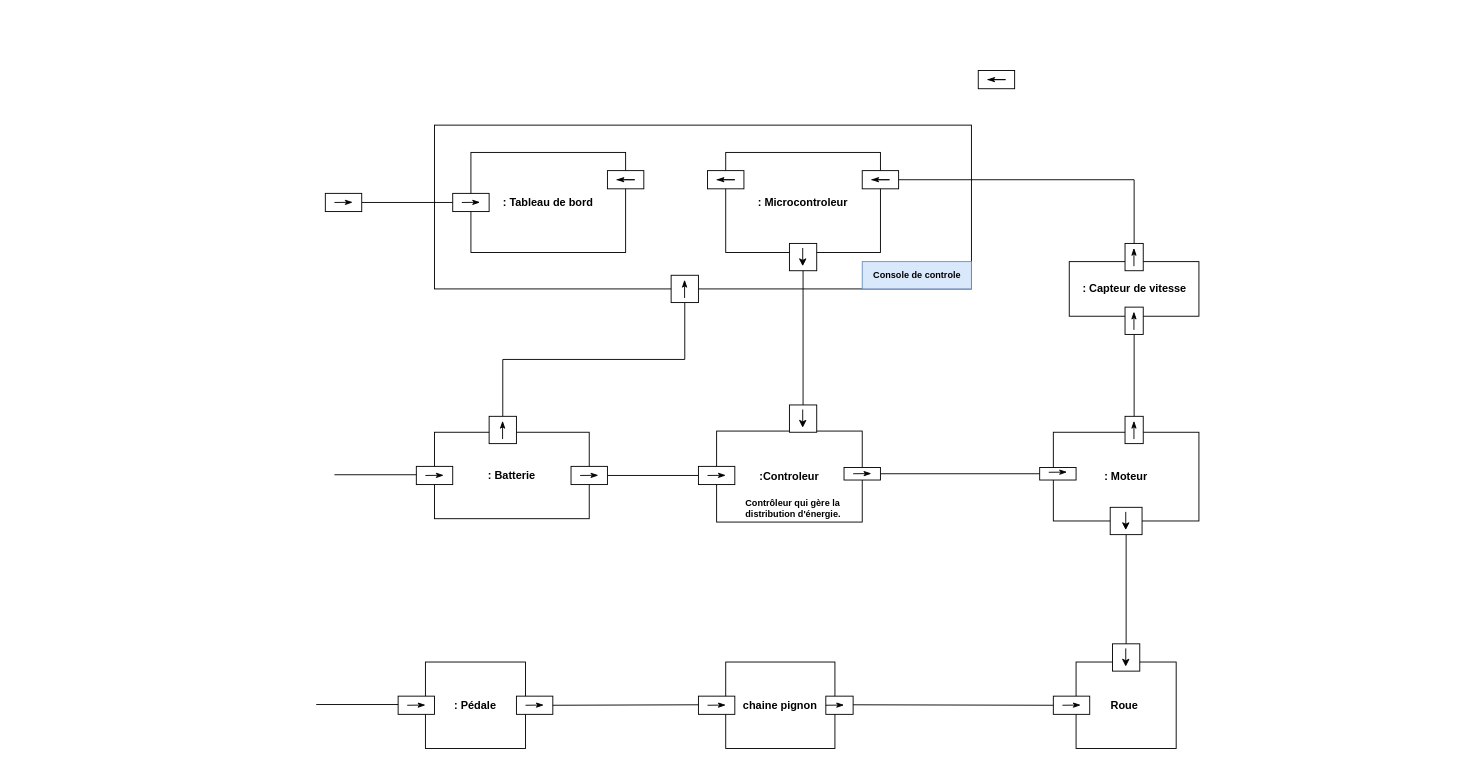
This is diagramme de bloc interne.drawio from zakaria-bak/VAE-Velo-Assistance-Electrique--SysML-diagrams, a draw.io file, before an edit. Source tidied: cells renumbered, new cells numbered last; positions are measured from the earlier drawing's top-left corner, leaving out a move shared by most shapes. Both pictures are drawn from the tidied source at 91%, with x=0, y=0 at pixel (316, 70). Pictures stored in the file or linked from it are replaced by grey dashed boxes.
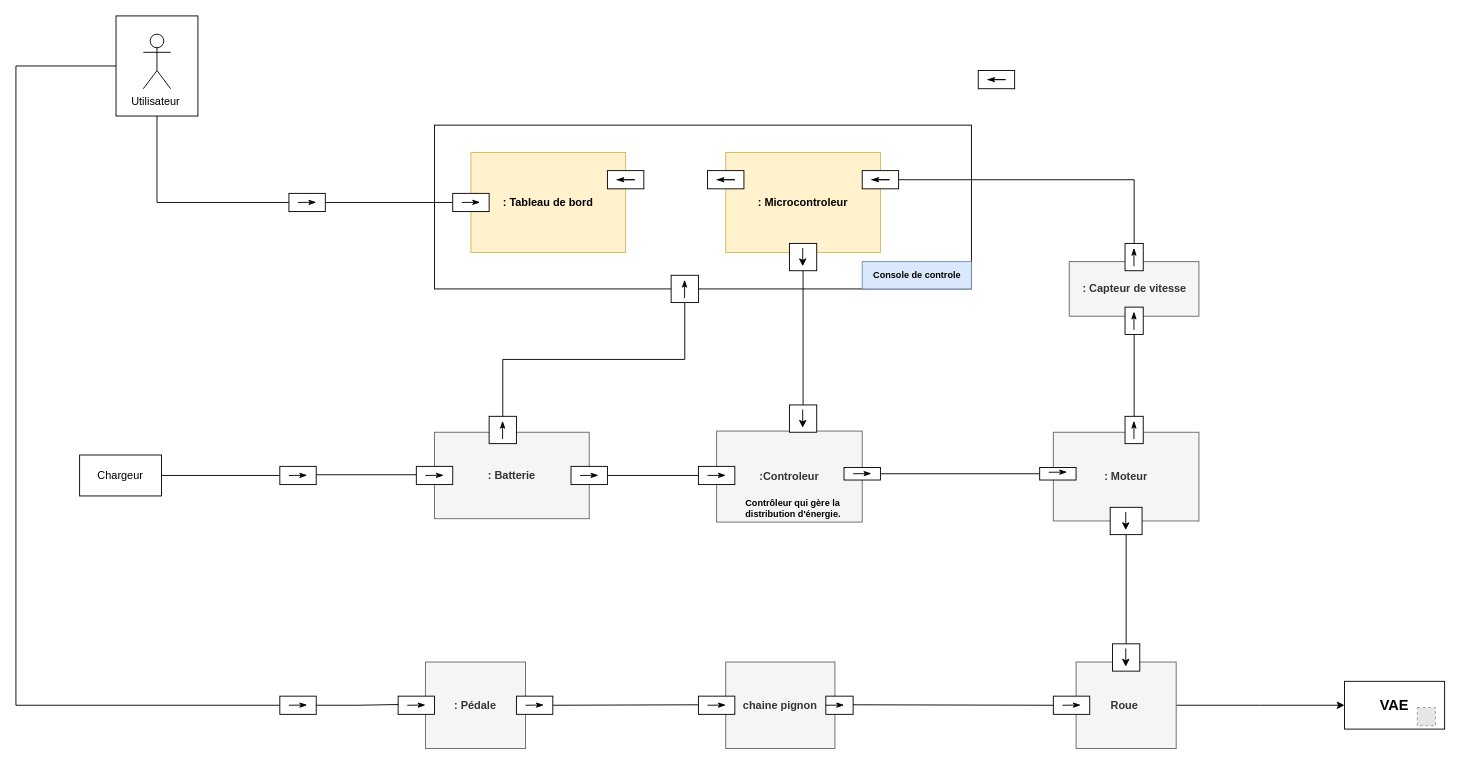
Above is the later version.

Diff of the diagram source:
```diff
@@
+    <mxCell id="77" style="edgeStyle=orthogonalEdgeStyle;rounded=0;jettySize=auto;html=1;exitX=0.5;exitY=1;exitDx=0;exitDy=0;entryX=0;entryY=0.5;entryDx=0;entryDy=0;endArrow=none;endFill=0;" parent="1" edge="1" source="79" target="15">
+      <mxGeometry relative="1" as="geometry" />
+    </mxCell>
+    <mxCell id="78" style="edgeStyle=orthogonalEdgeStyle;rounded=0;jettySize=auto;html=1;exitX=0;exitY=0.5;exitDx=0;exitDy=0;entryX=0;entryY=0.5;entryDx=0;entryDy=0;endArrow=none;endFill=0;" parent="1" edge="1" source="79" target="83">
+      <mxGeometry relative="1" as="geometry">
+        <Array as="points">
+          <mxPoint x="-330" y="-5" />
+          <mxPoint x="-330" y="698" />
+        </Array>
+      </mxGeometry>
+    </mxCell>
+    <mxCell id="79" style="rounded=0;whiteSpace=wrap;html=1;" parent="1" vertex="1">
+      <mxGeometry x="-220" y="-60" width="90" height="110" as="geometry" />
+    </mxCell>
@@
-    <mxCell id="3" value="&lt;b&gt;: Tableau de bord&lt;/b&gt;" style="rounded=0;whiteSpace=wrap;html=1;rotation=0;" parent="1" vertex="1">
+    <mxCell id="3" value="&lt;b&gt;: Tableau de bord&lt;/b&gt;" style="rounded=0;whiteSpace=wrap;html=1;rotation=0;fillColor=#fff2cc;strokeColor=#d6b656;" parent="1" vertex="1">
       <mxGeometry x="170" y="90" width="170" height="110" as="geometry" />
     </mxCell>
-    <mxCell id="4" value="&lt;b&gt;: Batterie&lt;/b&gt;" style="rounded=0;whiteSpace=wrap;html=1;rotation=0;" parent="1" vertex="1">
+    <mxCell id="4" value="&lt;b&gt;: Batterie&lt;/b&gt;" style="rounded=0;whiteSpace=wrap;html=1;rotation=0;fillColor=#f5f5f5;fontColor=#333333;strokeColor=#666666;" parent="1" vertex="1">
       <mxGeometry x="130" y="397.5" width="170" height="95" as="geometry" />
     </mxCell>
-    <mxCell id="5" value="&lt;b&gt;: Pédale&lt;/b&gt;" style="rounded=0;whiteSpace=wrap;html=1;rotation=0;" parent="1" vertex="1">
+    <mxCell id="5" value="&lt;b&gt;: Pédale&lt;/b&gt;" style="rounded=0;whiteSpace=wrap;html=1;rotation=0;fillColor=#f5f5f5;fontColor=#333333;strokeColor=#666666;" parent="1" vertex="1">
       <mxGeometry x="120" y="650" width="110" height="95" as="geometry" />
     </mxCell>
-    <mxCell id="6" value="&lt;b&gt;: Moteur&lt;/b&gt;" style="rounded=0;whiteSpace=wrap;html=1;rotation=0;" parent="1" vertex="1">
+    <mxCell id="6" value="&lt;b&gt;: Moteur&lt;/b&gt;" style="rounded=0;whiteSpace=wrap;html=1;rotation=0;fillColor=#f5f5f5;strokeColor=#666666;fontColor=#333333;" parent="1" vertex="1">
       <mxGeometry x="810" y="397.5" width="160" height="97.5" as="geometry" />
     </mxCell>
-    <mxCell id="7" value="&lt;b&gt;chaine pignon&lt;/b&gt;" style="rounded=0;whiteSpace=wrap;html=1;rotation=0;" parent="1" vertex="1">
+    <mxCell id="7" value="&lt;b&gt;chaine pignon&lt;/b&gt;" style="rounded=0;whiteSpace=wrap;html=1;rotation=0;fillColor=#f5f5f5;fontColor=#333333;strokeColor=#666666;" parent="1" vertex="1">
       <mxGeometry x="450" y="650" width="120" height="95" as="geometry" />
     </mxCell>
+    <mxCell id="80" style="edgeStyle=orthogonalEdgeStyle;rounded=0;jettySize=auto;html=1;exitX=1;exitY=0.5;exitDx=0;exitDy=0;" parent="1" edge="1" source="8" target="86">
+      <mxGeometry relative="1" as="geometry" />
+    </mxCell>
-    <mxCell id="8" value="&lt;b&gt;Roue&amp;nbsp;&lt;/b&gt;" style="rounded=0;whiteSpace=wrap;html=1;rotation=0;" parent="1" vertex="1">
+    <mxCell id="8" value="&lt;b&gt;Roue&amp;nbsp;&lt;/b&gt;" style="rounded=0;whiteSpace=wrap;html=1;rotation=0;fillColor=#f5f5f5;fontColor=#333333;strokeColor=#666666;" parent="1" vertex="1">
       <mxGeometry x="835" y="650" width="110" height="95" as="geometry" />
     </mxCell>
@@
     <mxCell id="15" style="rounded=0;whiteSpace=wrap;html=1;shadow=0;" parent="1" vertex="1">
-      <mxGeometry x="10" y="135" width="40" height="20" as="geometry" />
+      <mxGeometry x="-30" y="135" width="40" height="20" as="geometry" />
     </mxCell>
     <mxCell id="16" style="endArrow=classicThin;html=1;rounded=0;endFill=1;shadow=0;" parent="1" edge="1">
       <mxGeometry relative="1" as="geometry">
-        <mxPoint x="20" y="145" as="sourcePoint" />
-        <mxPoint x="40" y="144.8" as="targetPoint" />
+        <mxPoint x="-20" y="145" as="sourcePoint" />
+        <mxPoint y="144.8" as="targetPoint" />
       </mxGeometry>
     </mxCell>
@@
-    <mxCell id="34" value="&lt;b&gt;:Controleur&lt;/b&gt;" style="rounded=0;whiteSpace=wrap;html=1;rotation=0;" parent="1" vertex="1">
+    <mxCell id="34" value="&lt;b&gt;:Controleur&lt;/b&gt;" style="rounded=0;whiteSpace=wrap;html=1;rotation=0;fillColor=#f5f5f5;fontColor=#333333;strokeColor=#666666;" parent="1" vertex="1">
       <mxGeometry x="440" y="396.2" width="160" height="100" as="geometry" />
     </mxCell>
@@
-    <mxCell id="36" style="edgeStyle=orthogonalEdgeStyle;rounded=0;orthogonalLoop=1;jettySize=auto;html=1;exitX=1;exitY=0.5;exitDx=0;exitDy=0;entryX=0;entryY=0.5;entryDx=0;entryDy=0;endArrow=none;endFill=0;" parent="1" edge="1">
+    <mxCell id="36" style="edgeStyle=orthogonalEdgeStyle;rounded=0;jettySize=auto;html=1;exitX=1;exitY=0.5;exitDx=0;exitDy=0;entryX=0;entryY=0.5;entryDx=0;entryDy=0;endArrow=none;endFill=0;" parent="1" edge="1" source="81">
       <mxGeometry relative="1" as="geometry">
-        <mxPoint x="20" y="444.2" as="sourcePoint" />
         <mxPoint x="110" y="444.2" as="targetPoint" />
+        <Array as="points">
+          <mxPoint x="110" y="444" />
+        </Array>
       </mxGeometry>
     </mxCell>
-    <mxCell id="37" style="edgeStyle=orthogonalEdgeStyle;rounded=0;orthogonalLoop=1;jettySize=auto;html=1;exitX=1;exitY=0.5;exitDx=0;exitDy=0;entryX=0;entryY=0.5;entryDx=0;entryDy=0;endArrow=none;endFill=0;" parent="1" edge="1">
+    <mxCell id="37" style="edgeStyle=orthogonalEdgeStyle;rounded=0;jettySize=auto;html=1;exitX=1;exitY=0.5;exitDx=0;exitDy=0;entryX=0;entryY=0.5;entryDx=0;entryDy=0;endArrow=none;endFill=0;" parent="1" edge="1" source="83">
       <mxGeometry relative="1" as="geometry">
-        <mxPoint y="696.7" as="sourcePoint" />
         <mxPoint x="90" y="696.7" as="targetPoint" />
       </mxGeometry>
     </mxCell>
@@
-    <mxCell id="40" value="&lt;b&gt;: Capteur de vitesse&lt;/b&gt;" style="rounded=0;whiteSpace=wrap;html=1;rotation=0;" parent="1" vertex="1">
+    <mxCell id="40" value="&lt;b&gt;: Capteur de vitesse&lt;/b&gt;" style="rounded=0;whiteSpace=wrap;html=1;rotation=0;fillColor=#f5f5f5;fontColor=#333333;strokeColor=#666666;" parent="1" vertex="1">
       <mxGeometry x="827.5" y="210" width="142.5" height="60" as="geometry" />
     </mxCell>
@@
-    <mxCell id="42" value="&lt;b&gt;: Microcontroleur&lt;/b&gt;" style="rounded=0;whiteSpace=wrap;html=1;rotation=0;" parent="1" vertex="1">
+    <mxCell id="42" value="&lt;b&gt;: Microcontroleur&lt;/b&gt;" style="rounded=0;whiteSpace=wrap;html=1;rotation=0;fillColor=#fff2cc;strokeColor=#d6b656;" parent="1" vertex="1">
       <mxGeometry x="450" y="90" width="170" height="110" as="geometry" />
     </mxCell>
@@
+    <mxCell id="81" style="rounded=0;whiteSpace=wrap;html=1;shadow=0;" parent="1" vertex="1">
+      <mxGeometry x="-40" y="435" width="40" height="20" as="geometry" />
+    </mxCell>
+    <mxCell id="82" style="endArrow=classicThin;html=1;rounded=0;endFill=1;shadow=0;" parent="1" edge="1">
+      <mxGeometry relative="1" as="geometry">
+        <mxPoint x="-30" y="445" as="sourcePoint" />
+        <mxPoint x="-10" y="444.8" as="targetPoint" />
+      </mxGeometry>
+    </mxCell>
+    <mxCell id="83" style="rounded=0;whiteSpace=wrap;html=1;shadow=0;" parent="1" vertex="1">
+      <mxGeometry x="-40" y="687.5" width="40" height="20" as="geometry" />
+    </mxCell>
+    <mxCell id="84" style="endArrow=classicThin;html=1;rounded=0;endFill=1;shadow=0;" parent="1" edge="1">
+      <mxGeometry relative="1" as="geometry">
+        <mxPoint x="-30" y="697.5" as="sourcePoint" />
+        <mxPoint x="-10" y="697.3" as="targetPoint" />
+      </mxGeometry>
+    </mxCell>
+    <mxCell id="85" value="Utilisateur&amp;nbsp;" style="shape=umlActor;verticalLabelPosition=bottom;verticalAlign=top;html=1;" parent="1" vertex="1">
+      <mxGeometry x="-190" y="-40" width="30" height="60" as="geometry" />
+    </mxCell>
+    <mxCell id="86" value="&lt;font size=&quot;1&quot; style=&quot;&quot;&gt;&lt;b style=&quot;font-size: 16px;&quot;&gt;VAE&lt;/b&gt;&lt;/font&gt;" style="rounded=0;whiteSpace=wrap;html=1;" parent="1" vertex="1">
+      <mxGeometry x="1130" y="671.2" width="110" height="52.5" as="geometry" />
+    </mxCell>
+    <mxCell id="87" style="fillColor=#E6E6E6;strokeColor=#999999;dashed=1;verticalLabelPosition=bottom;labelBackgroundColor=default;verticalAlign=top;" parent="1" vertex="1">
+      <mxGeometry x="1210" y="700" width="20" height="20" as="geometry" />
+    </mxCell>
+    <mxCell id="88" style="edgeStyle=orthogonalEdgeStyle;rounded=0;jettySize=auto;html=1;exitX=1;exitY=0.5;exitDx=0;exitDy=0;endArrow=none;endFill=0;entryX=0;entryY=0.5;entryDx=0;entryDy=0;" parent="1" edge="1" source="89" target="81">
+      <mxGeometry relative="1" as="geometry" />
+    </mxCell>
+    <mxCell id="89" value="Chargeur" style="rounded=0;whiteSpace=wrap;html=1;" parent="1" vertex="1">
+      <mxGeometry x="-260" y="422.5" width="90" height="45" as="geometry" />
+    </mxCell>
```
